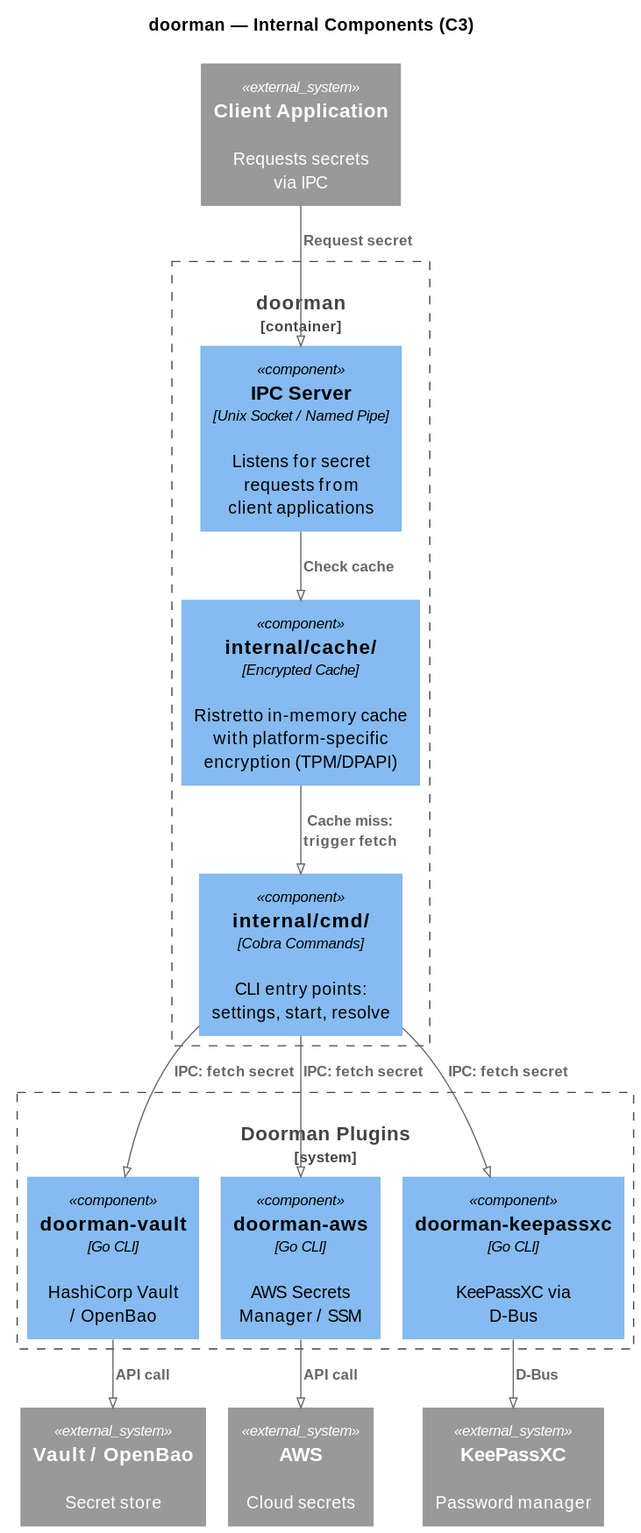
Earlier version of the PlantUML export docs/diagrams/out/c3-doorman-internals.svg (AmadlaOrg/AmadlaOrg.github.io). The source it was exported from:
```plantuml
@startuml
!pragma layout smetana
!define RELATIVE_INCLUDE ""
!include ../vendor/C4-PlantUML/C4_Component.puml

title doorman — Internal Components (C3)

Container_Boundary(doorman, "doorman") {
    Component(cmd, "internal/cmd/", "Cobra Commands", "CLI entry points:\nsettings, start, resolve")

    Component(cache, "internal/cache/", "Encrypted Cache", "Ristretto in-memory cache\nwith platform-specific\nencryption (TPM/DPAPI)")

    Component(ipc_server, "IPC Server", "Unix Socket / Named Pipe", "Listens for secret\nrequests from\nclient applications")
}

System_Boundary(doorman_plugins, "Doorman Plugins") {
    Component(dm_vault, "doorman-vault", "Go CLI", "HashiCorp Vault\n/ OpenBao")
    Component(dm_aws, "doorman-aws", "Go CLI", "AWS Secrets\nManager / SSM")
    Component(dm_keepassxc, "doorman-keepassxc", "Go CLI", "KeePassXC via\nD-Bus")
}

System_Ext(vault, "Vault / OpenBao", "Secret store")
System_Ext(aws, "AWS", "Cloud secrets")
System_Ext(keepassxc, "KeePassXC", "Password manager")
System_Ext(client_app, "Client Application", "Requests secrets\nvia IPC")

Rel(client_app, ipc_server, "Request secret")
Rel(ipc_server, cache, "Check cache")
Rel(cache, cmd, "Cache miss:\ntrigger fetch")
Rel(cmd, dm_vault, "IPC: fetch secret")
Rel(cmd, dm_aws, "IPC: fetch secret")
Rel(cmd, dm_keepassxc, "IPC: fetch secret")
Rel(dm_vault, vault, "API call")
Rel(dm_aws, aws, "API call")
Rel(dm_keepassxc, keepassxc, "D-Bus")
@enduml
```
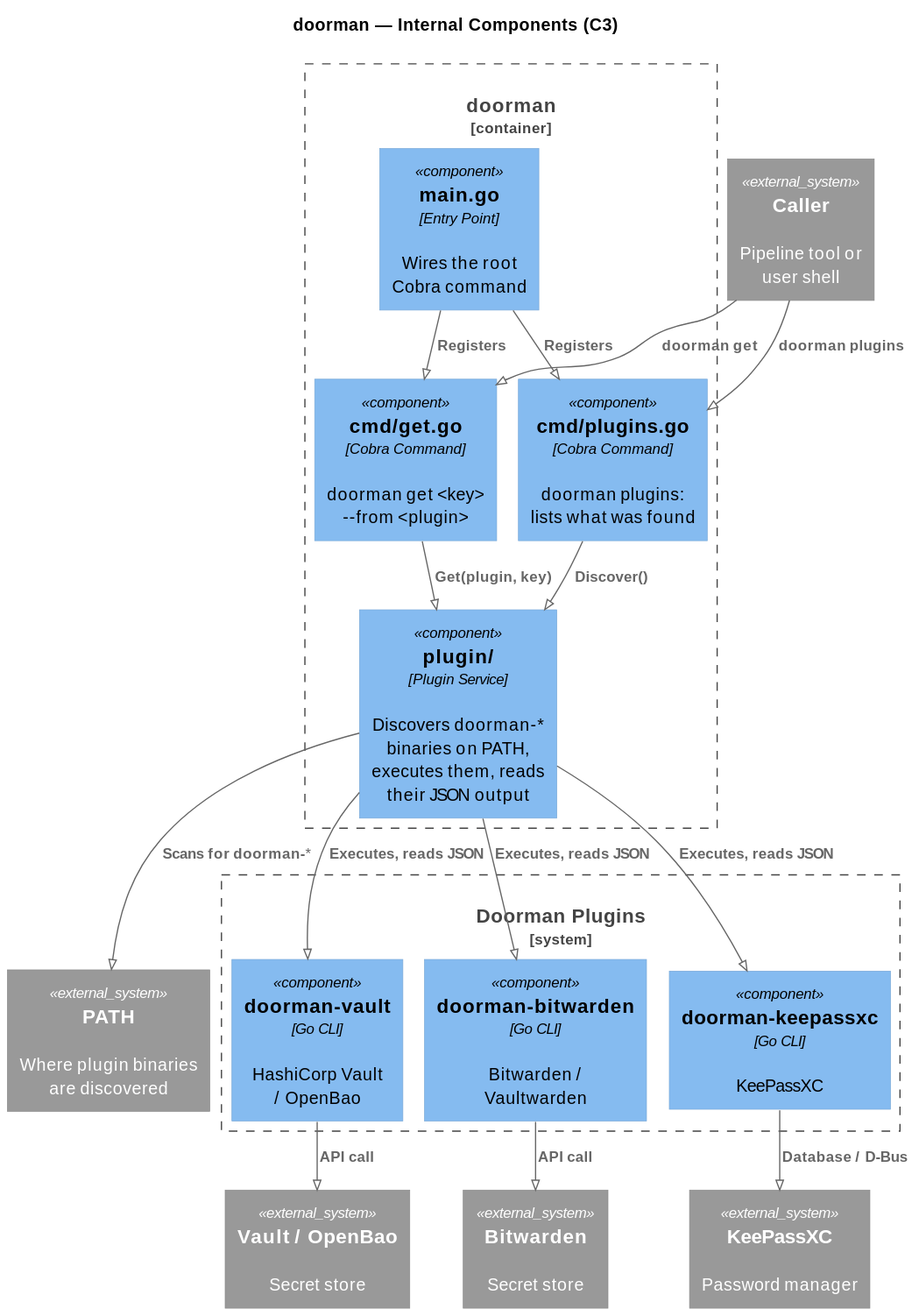
Above is the later version.

Change to the diagram source:
```diff
@@ -6,31 +6,38 @@
 title doorman — Internal Components (C3)
 
 Container_Boundary(doorman, "doorman") {
-    Component(cmd, "internal/cmd/", "Cobra Commands", "CLI entry points:\nsettings, start, resolve")
+    Component(main, "main.go", "Entry Point", "Wires the root\nCobra command")
 
-    Component(cache, "internal/cache/", "Encrypted Cache", "Ristretto in-memory cache\nwith platform-specific\nencryption (TPM/DPAPI)")
+    Component(cmd_get, "cmd/get.go", "Cobra Command", "doorman get <key>\n--from <plugin>")
 
-    Component(ipc_server, "IPC Server", "Unix Socket / Named Pipe", "Listens for secret\nrequests from\nclient applications")
+    Component(cmd_plugins, "cmd/plugins.go", "Cobra Command", "doorman plugins:\nlists what was found")
+
+    Component(plugin, "plugin/", "Plugin Service", "Discovers doorman-*\nbinaries on PATH,\nexecutes them, reads\ntheir JSON output")
 }
 
 System_Boundary(doorman_plugins, "Doorman Plugins") {
     Component(dm_vault, "doorman-vault", "Go CLI", "HashiCorp Vault\n/ OpenBao")
-    Component(dm_aws, "doorman-aws", "Go CLI", "AWS Secrets\nManager / SSM")
-    Component(dm_keepassxc, "doorman-keepassxc", "Go CLI", "KeePassXC via\nD-Bus")
+    Component(dm_bitwarden, "doorman-bitwarden", "Go CLI", "Bitwarden /\nVaultwarden")
+    Component(dm_keepassxc, "doorman-keepassxc", "Go CLI", "KeePassXC")
 }
 
+System_Ext(path, "PATH", "Where plugin binaries\nare discovered")
 System_Ext(vault, "Vault / OpenBao", "Secret store")
-System_Ext(aws, "AWS", "Cloud secrets")
+System_Ext(bitwarden, "Bitwarden", "Secret store")
 System_Ext(keepassxc, "KeePassXC", "Password manager")
-System_Ext(client_app, "Client Application", "Requests secrets\nvia IPC")
+System_Ext(caller, "Caller", "Pipeline tool or\nuser shell")
 
-Rel(client_app, ipc_server, "Request secret")
-Rel(ipc_server, cache, "Check cache")
-Rel(cache, cmd, "Cache miss:\ntrigger fetch")
-Rel(cmd, dm_vault, "IPC: fetch secret")
-Rel(cmd, dm_aws, "IPC: fetch secret")
-Rel(cmd, dm_keepassxc, "IPC: fetch secret")
+Rel(caller, cmd_get, "doorman get")
+Rel(caller, cmd_plugins, "doorman plugins")
+Rel(main, cmd_get, "Registers")
+Rel(main, cmd_plugins, "Registers")
+Rel(cmd_get, plugin, "Get(plugin, key)")
+Rel(cmd_plugins, plugin, "Discover()")
+Rel(plugin, path, "Scans for doorman-*")
+Rel(plugin, dm_vault, "Executes, reads JSON")
+Rel(plugin, dm_bitwarden, "Executes, reads JSON")
+Rel(plugin, dm_keepassxc, "Executes, reads JSON")
 Rel(dm_vault, vault, "API call")
-Rel(dm_aws, aws, "API call")
-Rel(dm_keepassxc, keepassxc, "D-Bus")
+Rel(dm_bitwarden, bitwarden, "API call")
+Rel(dm_keepassxc, keepassxc, "Database / D-Bus")
 @enduml
```
